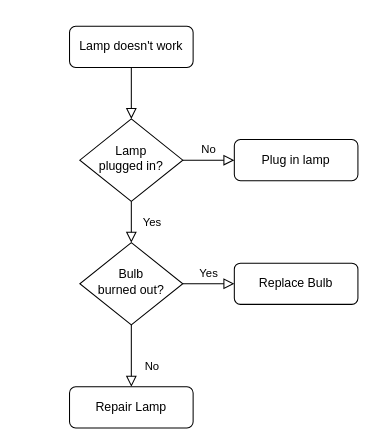
Earlier version of the draw.io diagram Diagramma senza titolo.drawio (VarriAle17/pyraws). Source tidied: cells renumbered, new cells numbered last; positions are measured from the earlier drawing's top-left corner, leaving out a move shared by most shapes. Both pictures are drawn from the tidied source at 103%, with x=0, y=0 at pixel (69, 26).
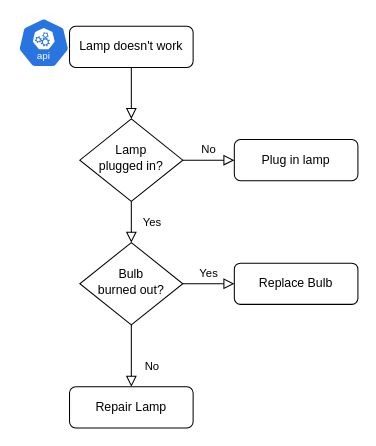
The same diagram, later.

Diff of the diagram source:
```diff
@@
 <mxGraphModel>
   <root>
     <mxCell id="0" />
     <mxCell id="1" parent="0" />
     <mxCell id="2" style="rounded=0;html=1;jettySize=auto;fontSize=11;endArrow=block;endFill=0;endSize=8;strokeWidth=1;shadow=0;labelBackgroundColor=none;edgeStyle=orthogonalEdgeStyle;" parent="1" edge="1" source="3" target="6">
       <mxGeometry relative="1" as="geometry" />
     </mxCell>
     <mxCell id="3" value="Lamp doesn't work" style="rounded=1;whiteSpace=wrap;html=1;fontSize=12;glass=0;strokeWidth=1;shadow=0;" parent="1" vertex="1">
       <mxGeometry width="120" height="40" as="geometry" />
     </mxCell>
     <mxCell id="4" value="Yes" style="rounded=0;html=1;jettySize=auto;fontSize=11;endArrow=block;endFill=0;endSize=8;strokeWidth=1;shadow=0;labelBackgroundColor=none;edgeStyle=orthogonalEdgeStyle;" parent="1" edge="1" source="6" target="10">
       <mxGeometry y="20" relative="1" as="geometry" />
     </mxCell>
     <mxCell id="5" value="No" style="edgeStyle=orthogonalEdgeStyle;rounded=0;html=1;jettySize=auto;fontSize=11;endArrow=block;endFill=0;endSize=8;strokeWidth=1;shadow=0;labelBackgroundColor=none;" parent="1" edge="1" source="6" target="7">
       <mxGeometry y="10" relative="1" as="geometry" />
     </mxCell>
     <mxCell id="6" value="Lamp&lt;br&gt;plugged in?" style="rhombus;whiteSpace=wrap;html=1;shadow=0;fontFamily=Helvetica;fontSize=12;align=center;strokeWidth=1;spacing=6;spacingTop=-4;" parent="1" vertex="1">
       <mxGeometry x="10" y="90" width="100" height="80" as="geometry" />
     </mxCell>
     <mxCell id="7" value="Plug in lamp" style="rounded=1;whiteSpace=wrap;html=1;fontSize=12;glass=0;strokeWidth=1;shadow=0;" parent="1" vertex="1">
       <mxGeometry x="160" y="110" width="120" height="40" as="geometry" />
     </mxCell>
     <mxCell id="8" value="No" style="rounded=0;html=1;jettySize=auto;fontSize=11;endArrow=block;endFill=0;endSize=8;strokeWidth=1;shadow=0;labelBackgroundColor=none;edgeStyle=orthogonalEdgeStyle;" parent="1" edge="1" source="10" target="11">
       <mxGeometry x="0.33" y="20" relative="1" as="geometry" />
     </mxCell>
     <mxCell id="9" value="Yes" style="edgeStyle=orthogonalEdgeStyle;rounded=0;html=1;jettySize=auto;fontSize=11;endArrow=block;endFill=0;endSize=8;strokeWidth=1;shadow=0;labelBackgroundColor=none;" parent="1" edge="1" source="10" target="12">
       <mxGeometry y="10" relative="1" as="geometry" />
     </mxCell>
     <mxCell id="10" value="Bulb&lt;br&gt;burned out?" style="rhombus;whiteSpace=wrap;html=1;shadow=0;fontFamily=Helvetica;fontSize=12;align=center;strokeWidth=1;spacing=6;spacingTop=-4;" parent="1" vertex="1">
       <mxGeometry x="10" y="210" width="100" height="80" as="geometry" />
     </mxCell>
     <mxCell id="11" value="Repair Lamp" style="rounded=1;whiteSpace=wrap;html=1;fontSize=12;glass=0;strokeWidth=1;shadow=0;" parent="1" vertex="1">
       <mxGeometry y="350" width="120" height="40" as="geometry" />
     </mxCell>
     <mxCell id="12" value="Replace Bulb" style="rounded=1;whiteSpace=wrap;html=1;fontSize=12;glass=0;strokeWidth=1;shadow=0;" parent="1" vertex="1">
       <mxGeometry x="160" y="230" width="120" height="40" as="geometry" />
     </mxCell>
+    <mxCell id="13" style="sketch=0;html=1;dashed=0;whitespace=wrap;fillColor=#2875E2;strokeColor=#ffffff;shape=mxgraph.kubernetes.icon2;kubernetesLabel=1;prIcon=api;" parent="1" vertex="1">
+      <mxGeometry x="-50" y="-8" width="50" height="48" as="geometry" />
+    </mxCell>
   </root>
 </mxGraphModel>
```
